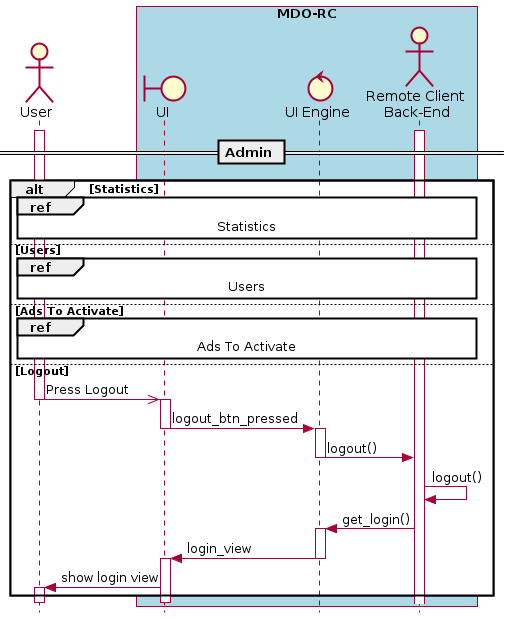
Above: Proj/diags/plantuml/seq-diag/output/seq-rc-admin-logout.png in ElectroQuanta/MDO (PlantUML), before the change.
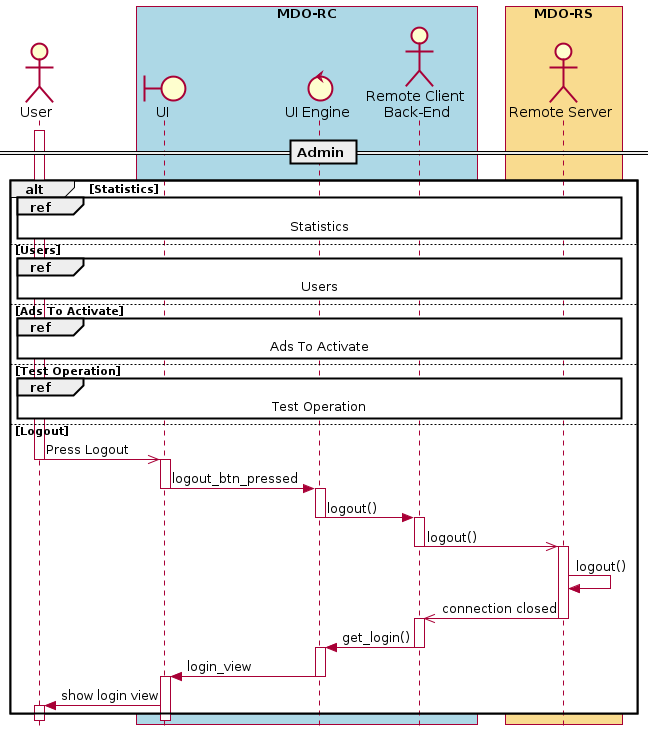
After the change.

Diff of the diagram source:
```diff
@@ -10,16 +10,18 @@
 actor "Remote Client \nBack-End" as RC
 endbox
 box "MDO-RS" #f9db8f
+actor "Remote Server" as RS
 endbox
 
 == Admin ==
-activate RC
 alt Statistics
- ref over User, UI, UIE, RC: Statistics
+ ref over User, UI, UIE, RC, RS: Statistics
 else  Users
- ref over User, UI, UIE, RC: Users
+ ref over User, UI, UIE, RC, RS: Users
 else Ads To Activate
- ref over User, UI, UIE, RC: Ads To Activate
+ ref over User, UI, UIE, RC, RS: Ads To Activate
+else Test Operation
+ ref over User, UI, UIE, RC, RS: Test Operation
 else Logout
  activate User
  User ->> UI : Press Logout
@@ -30,8 +32,16 @@
  activate UIE
  UIE -> RC : logout()
  deactivate UIE
- RC -> RC : logout()
+ activate RC
+ RC ->> RS : logout()
+ deactivate RC
+ activate RS
+ RS -> RS : logout()
+ RS ->> RC : connection closed
+ deactivate RS
+ activate RC
  RC -> UIE : get_login()
+ deactivate RC
  activate UIE
  UIE -> UI : login_view
  deactivate UIE
```
